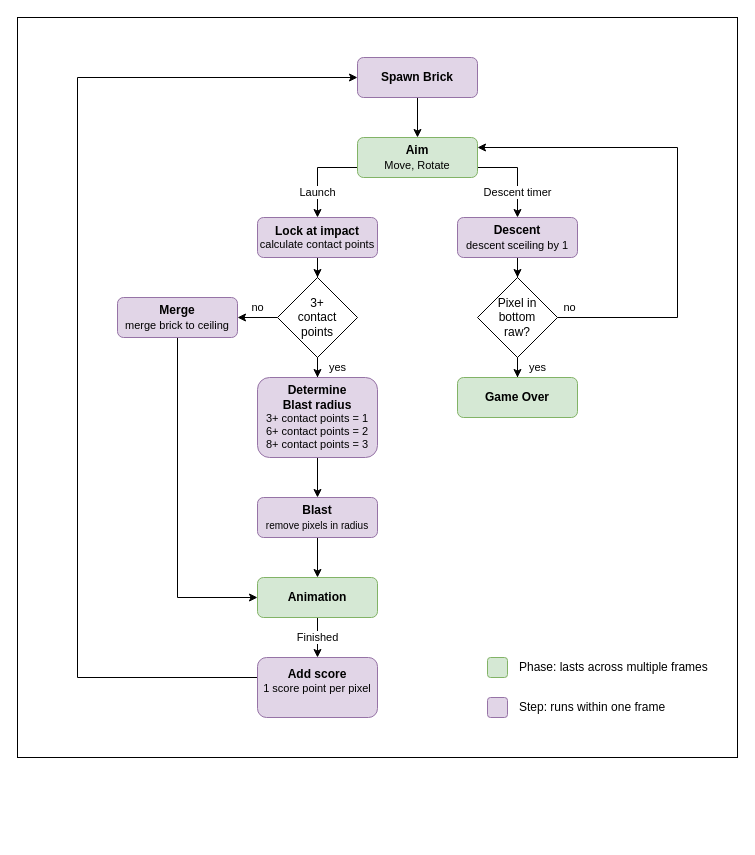
The draw.io diagram docs/diagrams/game-flow.drawio in JulianBittner/PixelBricksCS, before the edit. Source tidied: cells renumbered, new cells numbered last; positions are measured from the earlier drawing's top-left corner, leaving out a move shared by most shapes. Both pictures are drawn from the tidied source at 100%, with x=0, y=0 at pixel (17, 17).
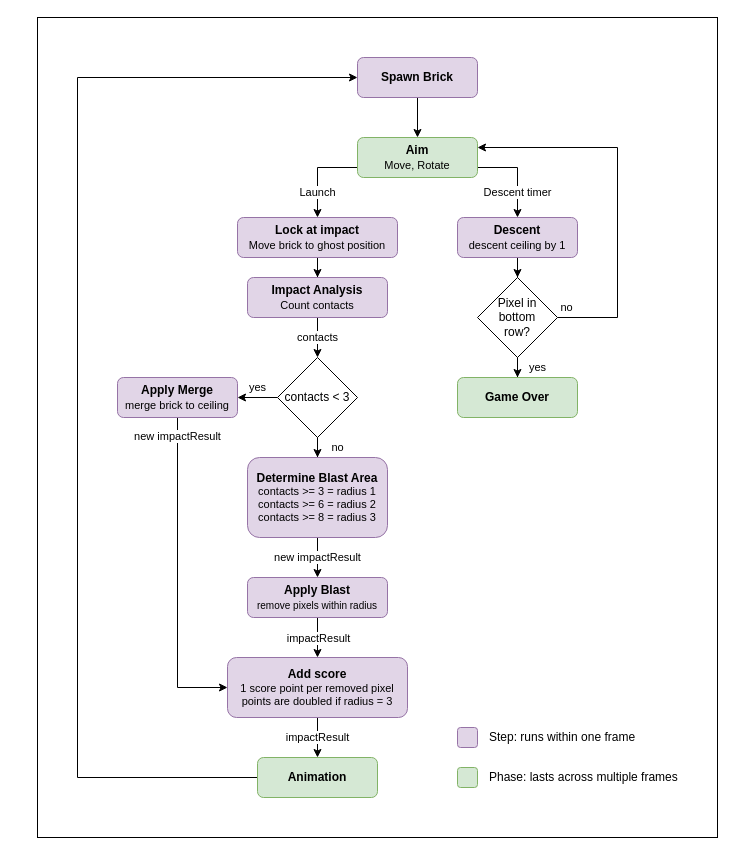
The same diagram, later.

Unchanged cells that the change refers to:
```xml
<mxCell id="3" value="Spawn Brick" style="rounded=1;whiteSpace=wrap;html=1;fillColor=#e1d5e7;strokeColor=#9673a6;fontStyle=1;" parent="1" vertex="1">
  <mxGeometry x="340" y="40" width="120" height="40" as="geometry" />
</mxCell>
<mxCell id="6" value="&lt;b&gt;Aim&lt;/b&gt;&lt;br&gt;&lt;font style=&quot;font-size: 11px;&quot;&gt;Move, Rotate&lt;/font&gt;" style="rounded=1;whiteSpace=wrap;html=1;fillColor=#d5e8d4;strokeColor=#82b366;" parent="1" vertex="1">
  <mxGeometry x="340" y="120" width="120" height="40" as="geometry" />
</mxCell>
```

What changed in the source:
```diff
@@
+    <mxCell id="34" style="rounded=0;whiteSpace=wrap;html=1;fillColor=none;" parent="1" vertex="1">
+      <mxGeometry x="20" width="680" height="820" as="geometry" />
+    </mxCell>
@@
-    <mxCell id="7" style="edgeStyle=orthogonalEdgeStyle;rounded=0;jettySize=auto;html=1;entryX=0.5;entryY=0;entryDx=0;entryDy=0;" parent="1" edge="1" source="8" target="17">
-      <mxGeometry relative="1" as="geometry" />
-    </mxCell>
+    <mxCell id="35" style="edgeStyle=orthogonalEdgeStyle;rounded=0;jettySize=auto;html=1;entryX=0.5;entryY=0;entryDx=0;entryDy=0;" parent="1" edge="1" source="8" target="39">
+      <mxGeometry relative="1" as="geometry" />
+    </mxCell>
-    <mxCell id="8" value="Lock at impact&lt;div style=&quot;font-size: 11px;&quot;&gt;&lt;span style=&quot;font-weight: normal;&quot;&gt;calculate contact points&lt;/span&gt;&lt;/div&gt;" style="rounded=1;whiteSpace=wrap;html=1;fillColor=#e1d5e7;strokeColor=#9673a6;fontStyle=1;" parent="1" vertex="1">
-      <mxGeometry x="240" y="200" width="120" height="40" as="geometry" />
+    <mxCell id="8" value="Lock at impact&lt;div&gt;&lt;span style=&quot;font-weight: normal;&quot;&gt;&lt;font style=&quot;font-size: 11px;&quot;&gt;Move brick to ghost position&lt;/font&gt;&lt;/span&gt;&lt;/div&gt;" style="rounded=1;whiteSpace=wrap;html=1;fillColor=#e1d5e7;strokeColor=#9673a6;fontStyle=1;" parent="1" vertex="1">
+      <mxGeometry x="220" y="200" width="160" height="40" as="geometry" />
     </mxCell>
@@
-    <mxCell id="10" value="Descent&lt;div&gt;&lt;span style=&quot;font-weight: normal;&quot;&gt;&lt;font style=&quot;font-size: 11px;&quot;&gt;descent sceiling by 1&lt;/font&gt;&lt;/span&gt;&lt;/div&gt;" style="rounded=1;whiteSpace=wrap;html=1;fillColor=#e1d5e7;strokeColor=#9673a6;fontStyle=1;" parent="1" vertex="1">
+    <mxCell id="10" value="Descent&lt;div&gt;&lt;span style=&quot;font-weight: normal;&quot;&gt;&lt;font style=&quot;font-size: 11px;&quot;&gt;descent ceiling by 1&lt;/font&gt;&lt;/span&gt;&lt;/div&gt;" style="rounded=1;whiteSpace=wrap;html=1;fillColor=#e1d5e7;strokeColor=#9673a6;fontStyle=1;" parent="1" vertex="1">
       <mxGeometry x="440" y="200" width="120" height="40" as="geometry" />
     </mxCell>
@@
     <mxCell id="12" value="no" style="edgeStyle=orthogonalEdgeStyle;rounded=0;jettySize=auto;html=1;entryX=1;entryY=0.25;entryDx=0;entryDy=0;" parent="1" edge="1" source="13" target="6">
       <mxGeometry x="-0.95" y="10" relative="1" as="geometry">
         <Array as="points">
-          <mxPoint x="660" y="300" />
-          <mxPoint x="660" y="130" />
+          <mxPoint x="600" y="300" />
+          <mxPoint x="600" y="130" />
         </Array>
       </mxGeometry>
     </mxCell>
-    <mxCell id="13" value="Pixel in bottom &lt;br&gt;raw?" style="rhombus;whiteSpace=wrap;html=1;" parent="1" vertex="1">
+    <mxCell id="13" value="Pixel in bottom &lt;br&gt;row?" style="rhombus;whiteSpace=wrap;html=1;" parent="1" vertex="1">
       <mxGeometry x="460" y="260" width="80" height="80" as="geometry" />
     </mxCell>
@@
-    <mxCell id="15" value="no" style="edgeStyle=orthogonalEdgeStyle;rounded=0;jettySize=auto;html=1;entryX=1;entryY=0.5;entryDx=0;entryDy=0;" parent="1" edge="1" source="17" target="19">
+    <mxCell id="15" value="yes" style="edgeStyle=orthogonalEdgeStyle;rounded=0;jettySize=auto;html=1;entryX=1;entryY=0.5;entryDx=0;entryDy=0;" parent="1" edge="1" source="17" target="19">
       <mxGeometry y="-10" relative="1" as="geometry" />
     </mxCell>
-    <mxCell id="16" value="yes" style="edgeStyle=orthogonalEdgeStyle;rounded=0;jettySize=auto;html=1;entryX=0.5;entryY=0;entryDx=0;entryDy=0;" parent="1" edge="1" source="17" target="21">
+    <mxCell id="16" value="no" style="edgeStyle=orthogonalEdgeStyle;rounded=0;jettySize=auto;html=1;entryX=0.5;entryY=0;entryDx=0;entryDy=0;" parent="1" edge="1" source="17" target="21">
       <mxGeometry x="0.67" y="20" relative="1" as="geometry" />
     </mxCell>
-    <mxCell id="17" value="3+ &lt;br&gt;contact&lt;br&gt;points" style="rhombus;whiteSpace=wrap;html=1;" parent="1" vertex="1">
-      <mxGeometry x="260" y="260" width="80" height="80" as="geometry" />
+    <mxCell id="17" value="contacts &amp;lt; 3" style="rhombus;whiteSpace=wrap;html=1;" parent="1" vertex="1">
+      <mxGeometry x="260" y="340" width="80" height="80" as="geometry" />
     </mxCell>
-    <mxCell id="18" style="edgeStyle=orthogonalEdgeStyle;rounded=0;jettySize=auto;html=1;entryX=0;entryY=0.5;entryDx=0;entryDy=0;" parent="1" edge="1" source="19" target="27">
-      <mxGeometry relative="1" as="geometry">
+    <mxCell id="18" value="&lt;span style=&quot;color: rgb(0, 0, 0); font-family: Helvetica; font-size: 11px; font-style: normal; font-variant-ligatures: normal; font-variant-caps: normal; font-weight: 400; letter-spacing: normal; orphans: 2; text-align: center; text-indent: 0px; text-transform: none; widows: 2; word-spacing: 0px; -webkit-text-stroke-width: 0px; white-space: nowrap; background-color: rgb(255, 255, 255); text-decoration-thickness: initial; text-decoration-style: initial; text-decoration-color: initial; display: inline !important; float: none;&quot;&gt;new impactResult&lt;/span&gt;" style="edgeStyle=orthogonalEdgeStyle;rounded=0;jettySize=auto;html=1;entryX=0;entryY=0.5;entryDx=0;entryDy=0;" parent="1" edge="1" source="19" target="25">
+      <mxGeometry x="-0.88" relative="1" as="geometry">
         <Array as="points">
-          <mxPoint x="160" y="580" />
+          <mxPoint x="160" y="670" />
         </Array>
       </mxGeometry>
     </mxCell>
-    <mxCell id="19" value="Merge&lt;br&gt;&lt;span style=&quot;font-weight: normal;&quot;&gt;&lt;font style=&quot;font-size: 11px;&quot;&gt;merge brick to ceiling&lt;/font&gt;&lt;/span&gt;" style="rounded=1;whiteSpace=wrap;html=1;fillColor=#e1d5e7;strokeColor=#9673a6;fontStyle=1;" parent="1" vertex="1">
-      <mxGeometry x="100" y="280" width="120" height="40" as="geometry" />
+    <mxCell id="19" value="Apply Merge&lt;br&gt;&lt;span style=&quot;font-weight: normal;&quot;&gt;&lt;font style=&quot;font-size: 11px;&quot;&gt;merge brick to ceiling&lt;/font&gt;&lt;/span&gt;" style="rounded=1;whiteSpace=wrap;html=1;fillColor=#e1d5e7;strokeColor=#9673a6;fontStyle=1;" parent="1" vertex="1">
+      <mxGeometry x="100" y="360" width="120" height="40" as="geometry" />
     </mxCell>
-    <mxCell id="20" style="edgeStyle=orthogonalEdgeStyle;rounded=0;jettySize=auto;html=1;entryX=0.5;entryY=0;entryDx=0;entryDy=0;" parent="1" edge="1" source="21" target="23">
+    <mxCell id="20" value="new impactResult" style="edgeStyle=orthogonalEdgeStyle;rounded=0;jettySize=auto;html=1;entryX=0.5;entryY=0;entryDx=0;entryDy=0;" parent="1" edge="1" source="21" target="23">
       <mxGeometry relative="1" as="geometry" />
     </mxCell>
-    <mxCell id="21" value="Determine &lt;br&gt;Blast radius&lt;div style=&quot;font-size: 11px;&quot;&gt;&lt;span style=&quot;font-weight: normal;&quot;&gt;3+ contact points = 1&lt;br style=&quot;&quot;&gt;&lt;font style=&quot;font-size: 11px;&quot;&gt;6+&amp;nbsp;&lt;/font&gt;&lt;/span&gt;&lt;span style=&quot;font-weight: 400;&quot;&gt;contact points =&lt;/span&gt;&lt;span style=&quot;font-weight: normal;&quot;&gt;&lt;font style=&quot;font-size: 11px;&quot;&gt;&amp;nbsp;2&lt;br&gt;8+&amp;nbsp;&lt;/font&gt;&lt;/span&gt;&lt;span style=&quot;font-weight: 400;&quot;&gt;contact points =&lt;/span&gt;&lt;span style=&quot;font-weight: normal;&quot;&gt;&lt;font style=&quot;font-size: 11px;&quot;&gt;&amp;nbsp;3&lt;/font&gt;&lt;/span&gt;&lt;/div&gt;" style="rounded=1;whiteSpace=wrap;html=1;fillColor=#e1d5e7;strokeColor=#9673a6;fontStyle=1;" parent="1" vertex="1">
-      <mxGeometry x="240" y="360" width="120" height="80" as="geometry" />
+    <mxCell id="21" value="Determine Blast Area&lt;div style=&quot;font-size: 11px;&quot;&gt;&lt;span style=&quot;background-color: initial; font-weight: 400;&quot;&gt;contacts&lt;/span&gt;&lt;span style=&quot;background-color: initial; font-weight: 400;&quot;&gt;&amp;nbsp;&amp;gt;= 3&lt;/span&gt;&lt;span style=&quot;font-weight: 400;&quot;&gt;&amp;nbsp;&lt;/span&gt;&lt;span style=&quot;font-weight: 400; background-color: initial;&quot;&gt;=&lt;/span&gt;&lt;span style=&quot;background-color: initial; font-weight: 400;&quot;&gt;&amp;nbsp;&lt;/span&gt;&lt;span style=&quot;font-weight: 400; background-color: initial;&quot;&gt;radius&amp;nbsp;&lt;/span&gt;&lt;span style=&quot;background-color: initial; font-weight: 400;&quot;&gt;1&lt;/span&gt;&lt;/div&gt;&lt;div style=&quot;font-size: 11px;&quot;&gt;&lt;span style=&quot;background-color: initial; font-weight: 400;&quot;&gt;contact&lt;/span&gt;&lt;span style=&quot;background-color: initial; font-weight: 400;&quot;&gt;s &amp;gt;= 6&lt;/span&gt;&lt;span style=&quot;font-weight: 400;&quot;&gt;&amp;nbsp;&lt;/span&gt;&lt;span style=&quot;font-weight: 400; background-color: initial;&quot;&gt;=&lt;/span&gt;&lt;span style=&quot;background-color: initial; font-weight: normal;&quot;&gt;&amp;nbsp;&lt;/span&gt;&lt;span style=&quot;font-weight: 400; background-color: initial;&quot;&gt;radius&amp;nbsp;&lt;/span&gt;&lt;span style=&quot;background-color: initial; font-weight: normal;&quot;&gt;2&lt;/span&gt;&lt;/div&gt;&lt;div style=&quot;font-size: 11px;&quot;&gt;&lt;span style=&quot;background-color: initial; font-weight: 400;&quot;&gt;contact&lt;/span&gt;&lt;span style=&quot;background-color: initial; font-weight: 400;&quot;&gt;s &amp;gt;= 8&lt;/span&gt;&lt;span style=&quot;font-weight: 400;&quot;&gt;&amp;nbsp;&lt;/span&gt;&lt;span style=&quot;font-weight: 400; background-color: initial;&quot;&gt;=&lt;/span&gt;&lt;span style=&quot;background-color: initial; font-weight: normal;&quot;&gt;&amp;nbsp;&lt;/span&gt;&lt;span style=&quot;font-weight: 400; background-color: initial;&quot;&gt;radius&amp;nbsp;&lt;/span&gt;&lt;span style=&quot;background-color: initial; font-weight: normal;&quot;&gt;3&lt;/span&gt;&lt;/div&gt;" style="rounded=1;whiteSpace=wrap;html=1;fillColor=#e1d5e7;strokeColor=#9673a6;fontStyle=1;" parent="1" vertex="1">
+      <mxGeometry x="230" y="440" width="140" height="80" as="geometry" />
     </mxCell>
-    <mxCell id="22" style="edgeStyle=orthogonalEdgeStyle;rounded=0;jettySize=auto;html=1;entryX=0.5;entryY=0;entryDx=0;entryDy=0;" parent="1" edge="1" source="23" target="27">
+    <mxCell id="22" style="edgeStyle=orthogonalEdgeStyle;rounded=0;jettySize=auto;html=1;entryX=0.5;entryY=0;entryDx=0;entryDy=0;" parent="1" edge="1" source="23" target="25">
       <mxGeometry relative="1" as="geometry" />
     </mxCell>
+    <mxCell id="36" value="impactResult" style="edgeLabel;html=1;align=center;verticalAlign=middle;" parent="22" vertex="1">
+      <mxGeometry x="-0.34" y="-2" relative="1" as="geometry">
+        <mxPoint x="2" y="7" as="offset" />
+      </mxGeometry>
+    </mxCell>
-    <mxCell id="23" value="Blast&lt;br style=&quot;font-size: 11px;&quot;&gt;&lt;font size=&quot;1&quot;&gt;&lt;span style=&quot;font-weight: normal;&quot;&gt;remove pixels in radius&lt;/span&gt;&lt;/font&gt;" style="rounded=1;whiteSpace=wrap;html=1;fillColor=#e1d5e7;strokeColor=#9673a6;fontStyle=1;" parent="1" vertex="1">
-      <mxGeometry x="240" y="480" width="120" height="40" as="geometry" />
+    <mxCell id="23" value="Apply Blast&lt;br style=&quot;font-size: 11px;&quot;&gt;&lt;font size=&quot;1&quot;&gt;&lt;span style=&quot;font-weight: normal;&quot;&gt;remove pixels within radius&lt;/span&gt;&lt;/font&gt;" style="rounded=1;whiteSpace=wrap;html=1;fillColor=#e1d5e7;strokeColor=#9673a6;fontStyle=1;" parent="1" vertex="1">
+      <mxGeometry x="230" y="560" width="140" height="40" as="geometry" />
     </mxCell>
-    <mxCell id="24" style="edgeStyle=orthogonalEdgeStyle;rounded=0;jettySize=auto;html=1;entryX=0;entryY=0.5;entryDx=0;entryDy=0;" parent="1" edge="1" source="25" target="3">
+    <mxCell id="24" style="edgeStyle=orthogonalEdgeStyle;rounded=0;jettySize=auto;html=1;entryX=0;entryY=0.5;entryDx=0;entryDy=0;exitX=0;exitY=0.5;exitDx=0;exitDy=0;" parent="1" edge="1" source="27" target="3">
       <mxGeometry relative="1" as="geometry">
         <Array as="points">
-          <mxPoint x="60" y="660" />
+          <mxPoint x="60" y="760" />
           <mxPoint x="60" y="60" />
         </Array>
       </mxGeometry>
     </mxCell>
+    <mxCell id="37" value="&lt;span style=&quot;color: rgb(0, 0, 0); font-family: Helvetica; font-size: 11px; font-style: normal; font-variant-ligatures: normal; font-variant-caps: normal; font-weight: 400; letter-spacing: normal; orphans: 2; text-align: center; text-indent: 0px; text-transform: none; widows: 2; word-spacing: 0px; -webkit-text-stroke-width: 0px; white-space: nowrap; background-color: rgb(255, 255, 255); text-decoration-thickness: initial; text-decoration-style: initial; text-decoration-color: initial; display: inline !important; float: none;&quot;&gt;impactResult&lt;/span&gt;" style="edgeStyle=orthogonalEdgeStyle;rounded=0;jettySize=auto;html=1;entryX=0.5;entryY=0;entryDx=0;entryDy=0;" parent="1" edge="1" source="25" target="27">
+      <mxGeometry relative="1" as="geometry" />
+    </mxCell>
-    <mxCell id="25" value="Add score&lt;div style=&quot;font-size: 11px;&quot;&gt;&lt;span style=&quot;font-weight: normal;&quot;&gt;1 score point per pixel&lt;br&gt;&lt;br&gt;&lt;/span&gt;&lt;/div&gt;" style="rounded=1;whiteSpace=wrap;html=1;fillColor=#e1d5e7;strokeColor=#9673a6;fontStyle=1;" parent="1" vertex="1">
-      <mxGeometry x="240" y="640" width="120" height="60" as="geometry" />
+    <mxCell id="25" value="Add score&lt;div style=&quot;font-size: 11px;&quot;&gt;&lt;span style=&quot;font-weight: normal;&quot;&gt;1 score point per removed pixel&lt;br&gt;&lt;/span&gt;&lt;/div&gt;&lt;div style=&quot;font-size: 11px;&quot;&gt;&lt;span style=&quot;font-weight: normal;&quot;&gt;points are doubled if radius = 3&lt;/span&gt;&lt;/div&gt;" style="rounded=1;whiteSpace=wrap;html=1;fillColor=#e1d5e7;strokeColor=#9673a6;fontStyle=1;" parent="1" vertex="1">
+      <mxGeometry x="210" y="640" width="180" height="60" as="geometry" />
     </mxCell>
-    <mxCell id="26" value="Finished" style="edgeStyle=orthogonalEdgeStyle;rounded=0;jettySize=auto;html=1;entryX=0.5;entryY=0;entryDx=0;entryDy=0;" parent="1" edge="1" source="27" target="25">
-      <mxGeometry relative="1" as="geometry" />
-    </mxCell>
     <mxCell id="27" value="&lt;b&gt;Animation&lt;/b&gt;" style="rounded=1;whiteSpace=wrap;html=1;fillColor=#d5e8d4;strokeColor=#82b366;" parent="1" vertex="1">
-      <mxGeometry x="240" y="560" width="120" height="40" as="geometry" />
+      <mxGeometry x="240" y="740" width="120" height="40" as="geometry" />
     </mxCell>
-    <mxCell id="28" style="rounded=0;whiteSpace=wrap;html=1;fillColor=none;" parent="1" vertex="1">
-      <mxGeometry width="720" height="740" as="geometry" />
-    </mxCell>
-    <mxCell id="29" style="group;" parent="1" vertex="1">
-      <mxGeometry x="470" y="640" width="250" height="60" as="geometry" />
-    </mxCell>
+    <mxCell id="38" value="contacts" style="edgeStyle=orthogonalEdgeStyle;rounded=0;jettySize=auto;html=1;entryX=0.5;entryY=0;entryDx=0;entryDy=0;" parent="1" edge="1" source="39" target="17">
+      <mxGeometry relative="1" as="geometry" />
+    </mxCell>
+    <mxCell id="39" value="Impact Analysis&lt;div&gt;&lt;span style=&quot;font-weight: normal;&quot;&gt;&lt;font style=&quot;font-size: 11px;&quot;&gt;Count contacts&lt;/font&gt;&lt;/span&gt;&lt;/div&gt;" style="rounded=1;whiteSpace=wrap;html=1;fillColor=#e1d5e7;strokeColor=#9673a6;fontStyle=1;" parent="1" vertex="1">
+      <mxGeometry x="230" y="260" width="140" height="40" as="geometry" />
+    </mxCell>
-    <mxCell id="30" style="rounded=1;whiteSpace=wrap;html=1;fillColor=#e1d5e7;strokeColor=#9673a6;fontStyle=1;" parent="29" vertex="1">
-      <mxGeometry y="40" width="20" height="20" as="geometry" />
+    <mxCell id="30" style="rounded=1;whiteSpace=wrap;html=1;fillColor=#e1d5e7;strokeColor=#9673a6;fontStyle=1;" parent="1" vertex="1">
+      <mxGeometry x="440" y="710" width="20" height="20" as="geometry" />
     </mxCell>
-    <mxCell id="31" style="rounded=1;whiteSpace=wrap;html=1;fillColor=#d5e8d4;strokeColor=#82b366;fontStyle=1;" parent="29" vertex="1">
-      <mxGeometry width="20" height="20" as="geometry" />
+    <mxCell id="31" style="rounded=1;whiteSpace=wrap;html=1;fillColor=#d5e8d4;strokeColor=#82b366;fontStyle=1;" parent="1" vertex="1">
+      <mxGeometry x="440" y="750" width="20" height="20" as="geometry" />
     </mxCell>
-    <mxCell id="32" value="Phase: lasts across multiple frames" style="text;html=1;align=left;verticalAlign=middle;whiteSpace=wrap;rounded=0;" parent="29" vertex="1">
-      <mxGeometry x="30" width="220" height="20" as="geometry" />
+    <mxCell id="32" value="Phase: lasts across multiple frames" style="text;html=1;align=left;verticalAlign=middle;whiteSpace=wrap;rounded=0;" parent="1" vertex="1">
+      <mxGeometry x="470" y="750" width="220" height="20" as="geometry" />
     </mxCell>
-    <mxCell id="33" value="Step: runs within one frame" style="text;html=1;align=left;verticalAlign=middle;whiteSpace=wrap;rounded=0;" parent="29" vertex="1">
-      <mxGeometry x="30" y="40" width="220" height="20" as="geometry" />
+    <mxCell id="33" value="Step: runs within one frame" style="text;html=1;align=left;verticalAlign=middle;whiteSpace=wrap;rounded=0;" parent="1" vertex="1">
+      <mxGeometry x="470" y="710" width="220" height="20" as="geometry" />
     </mxCell>
```
